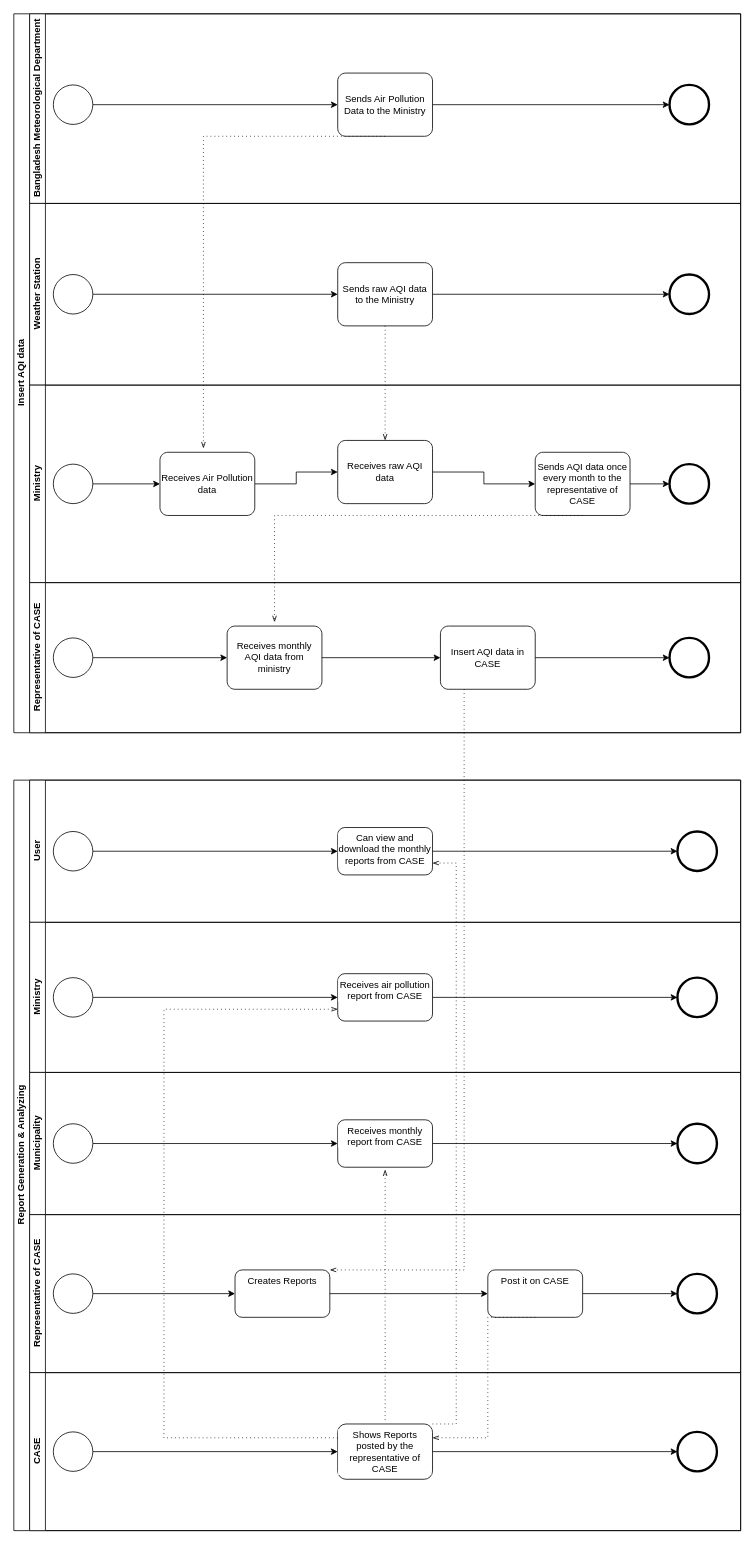
Above: BusinessProcessModelling (AS IS).drawio in toushifhossain1/AirQualityMonitoringOfBangladesh (draw.io), before the change. Source tidied: cells renumbered, new cells numbered last; positions are measured from the earlier drawing's top-left corner, leaving out a move shared by most shapes. Both pictures are drawn from the tidied source at 79%, with x=0, y=0 at pixel (13, 13).
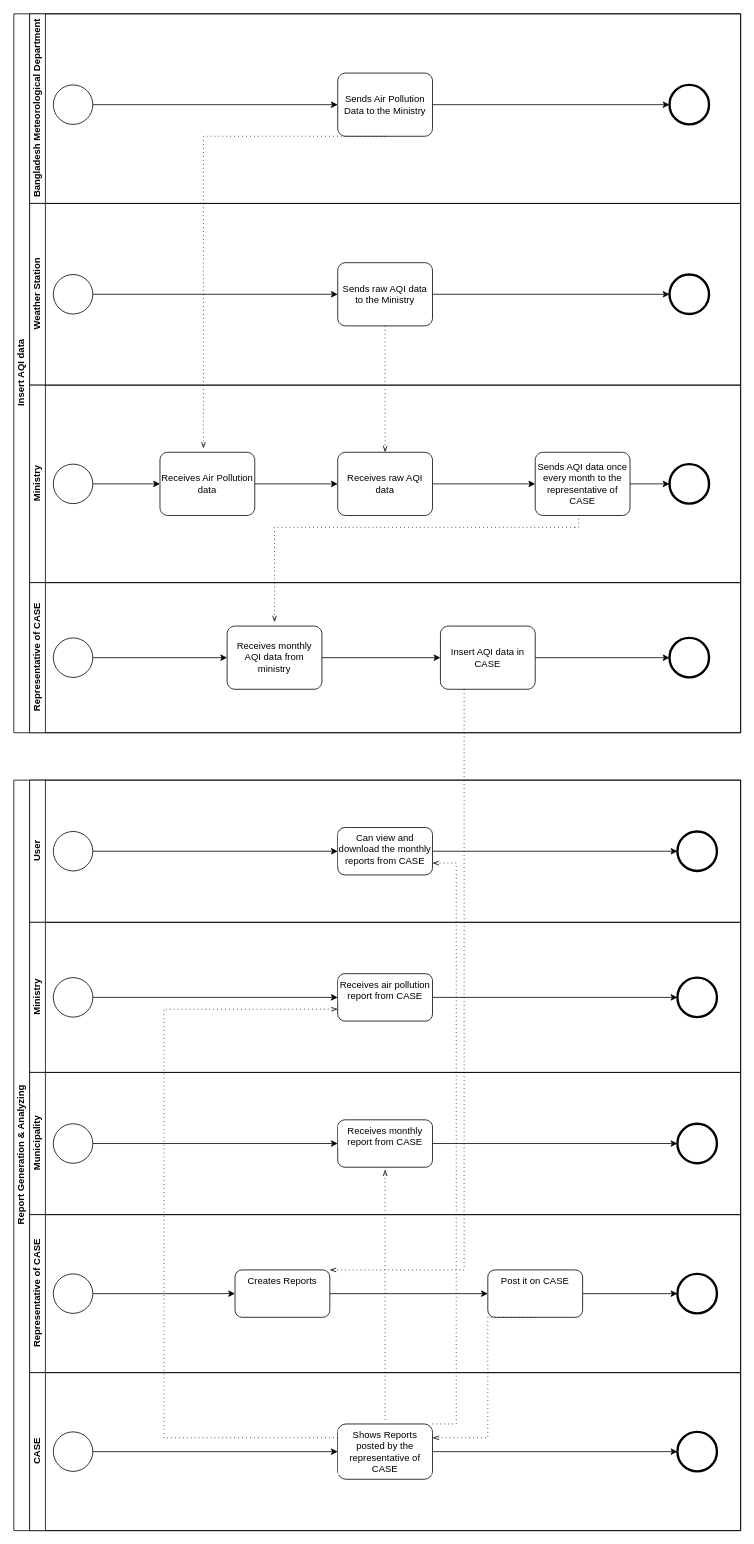
Above is the later version.

Unchanged cells that the change refers to:
```xml
<mxCell id="15" value="Ministry" style="swimlane;html=1;startSize=20;horizontal=0;" parent="2" vertex="1">
  <mxGeometry x="20" y="470" width="900" height="250" as="geometry" />
</mxCell>
<mxCell id="23" value="Sends AQI data once every month to the representative of CASE" style="points=[[0.25,0,0],[0.5,0,0],[0.75,0,0],[1,0.25,0],[1,0.5,0],[1,0.75,0],[0.75,1,0],[0.5,1,0],[0.25,1,0],[0,0.75,0],[0,0.5,0],[0,0.25,0]];shape=mxgraph.bpmn.task;whiteSpace=wrap;rectStyle=rounded;size=10;taskMarker=abstract;" parent="15" vertex="1">
  <mxGeometry x="640" y="85" width="120" height="80" as="geometry" />
</mxCell>
```

Change to the diagram source:
```diff
@@
     <mxCell id="21" value="Receives raw AQI data" style="points=[[0.25,0,0],[0.5,0,0],[0.75,0,0],[1,0.25,0],[1,0.5,0],[1,0.75,0],[0.75,1,0],[0.5,1,0],[0.25,1,0],[0,0.75,0],[0,0.5,0],[0,0.25,0]];shape=mxgraph.bpmn.task;whiteSpace=wrap;rectStyle=rounded;size=10;taskMarker=abstract;" parent="15" vertex="1">
-      <mxGeometry x="390" y="70" width="120" height="80" as="geometry" />
+      <mxGeometry x="390" y="85" width="120" height="80" as="geometry" />
     </mxCell>
@@
-    <mxCell id="26" style="edgeStyle=elbowEdgeStyle;fontSize=12;html=1;endFill=0;startFill=0;endSize=6;startSize=6;dashed=1;dashPattern=1 4;endArrow=openThin;startArrow=none;rounded=0;exitX=0.5;exitY=1;exitDx=0;exitDy=0;exitPerimeter=0;" parent="15" edge="1" source="23">
+    <mxCell id="26" style="edgeStyle=elbowEdgeStyle;fontSize=12;html=1;endFill=0;startFill=0;endSize=6;startSize=6;dashed=1;dashPattern=1 4;endArrow=openThin;startArrow=none;rounded=0;" parent="15" edge="1">
       <mxGeometry relative="1" as="geometry">
+        <mxPoint x="690" y="180" as="sourcePoint" />
         <mxPoint x="310" y="300" as="targetPoint" />
         <Array as="points">
+          <mxPoint x="310" y="190" />
           <mxPoint x="310" y="230" />
         </Array>
       </mxGeometry>
     </mxCell>
+    <mxCell id="74" style="edgeStyle=elbowEdgeStyle;fontSize=12;html=1;endFill=0;startFill=0;endSize=6;startSize=6;dashed=1;dashPattern=1 4;endArrow=none;startArrow=none;rounded=0;entryX=0.5;entryY=1;entryDx=0;entryDy=0;entryPerimeter=0;" parent="15" edge="1" target="23">
+      <mxGeometry relative="1" as="geometry">
+        <mxPoint x="690" y="180" as="sourcePoint" />
+      </mxGeometry>
+    </mxCell>
```
